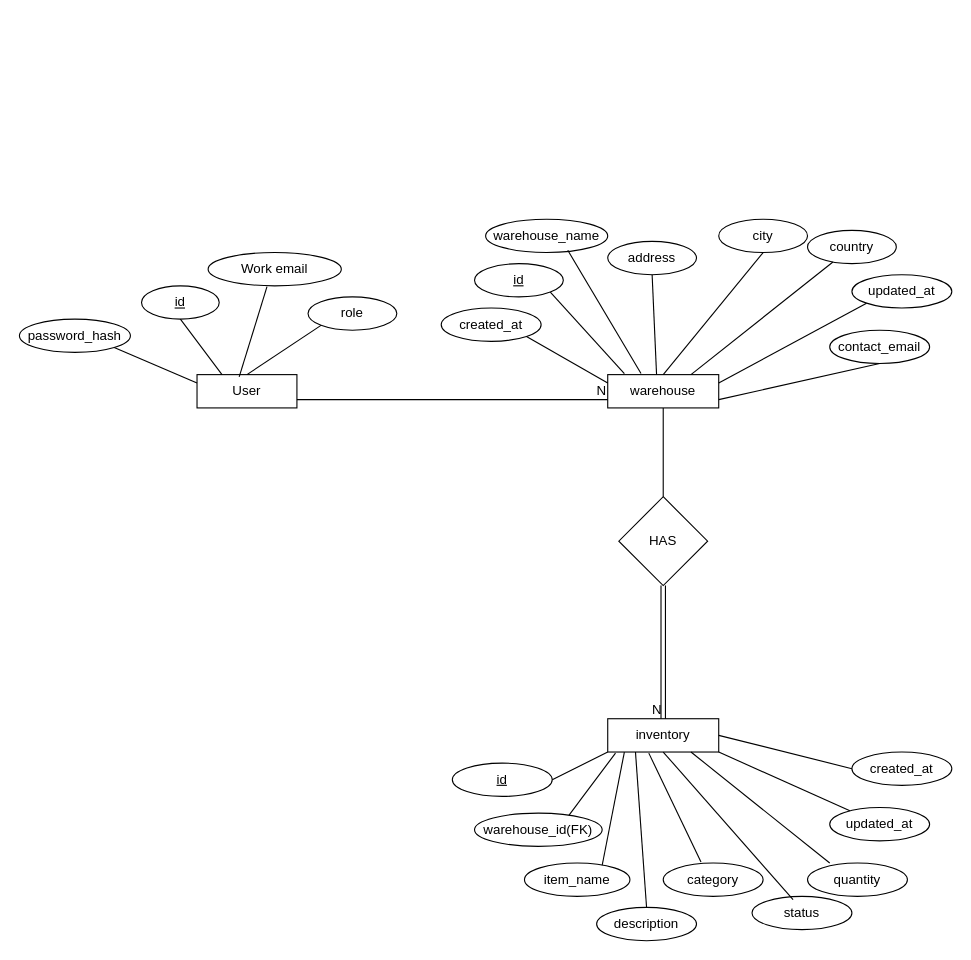
This is migrations/Untitled Diagram.drawio from amanpreet8507/instock-backend, a draw.io file, before an edit. Source tidied: cells renumbered, new cells numbered last; positions are measured from the earlier drawing's top-left corner, leaving out a move shared by most shapes. Both pictures are drawn from the tidied source at 111%, with x=0, y=0 at pixel (19, 219).
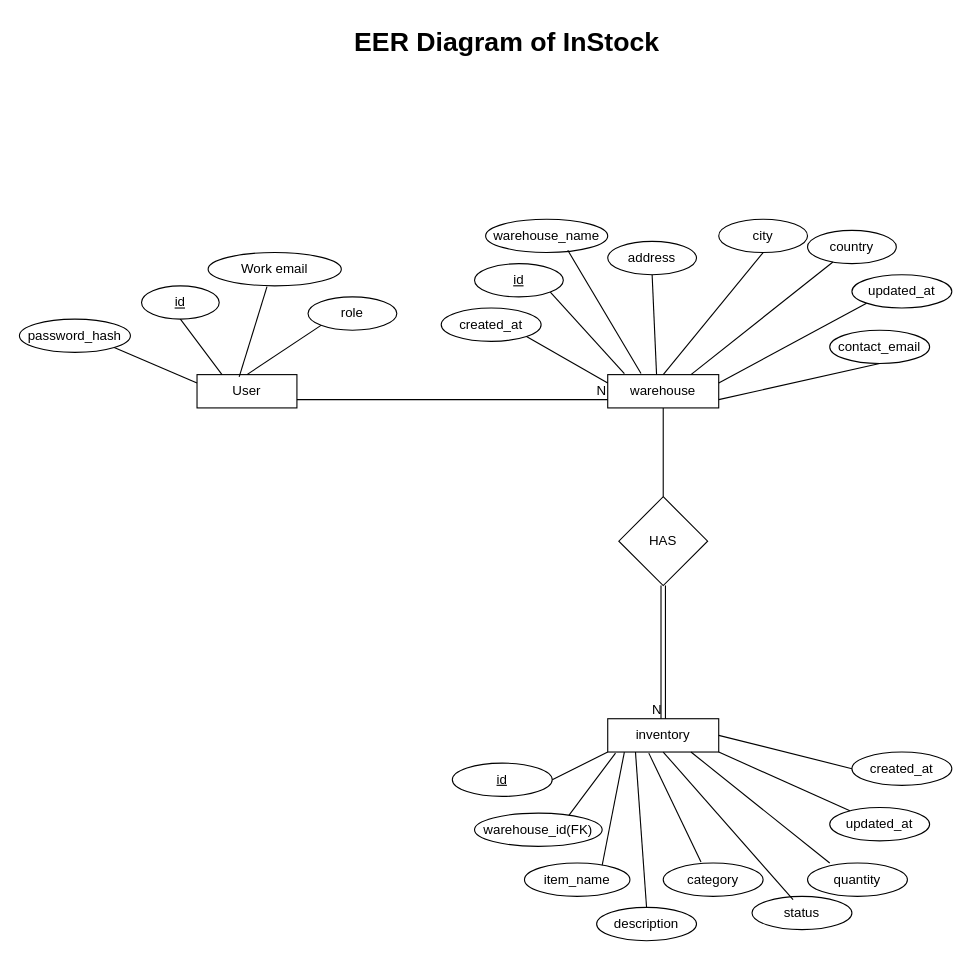
The same page after the edit.

What changed in the source:
```diff
@@
+    <mxCell id="53" value="&lt;h1 style=&quot;margin-top: 0px;&quot;&gt;EER Diagram of InStock&lt;/h1&gt;" style="text;html=1;whiteSpace=wrap;overflow=hidden;rounded=0;" parent="1" vertex="1">
+      <mxGeometry x="300" y="-180" width="350" height="50" as="geometry" />
+    </mxCell>
```
